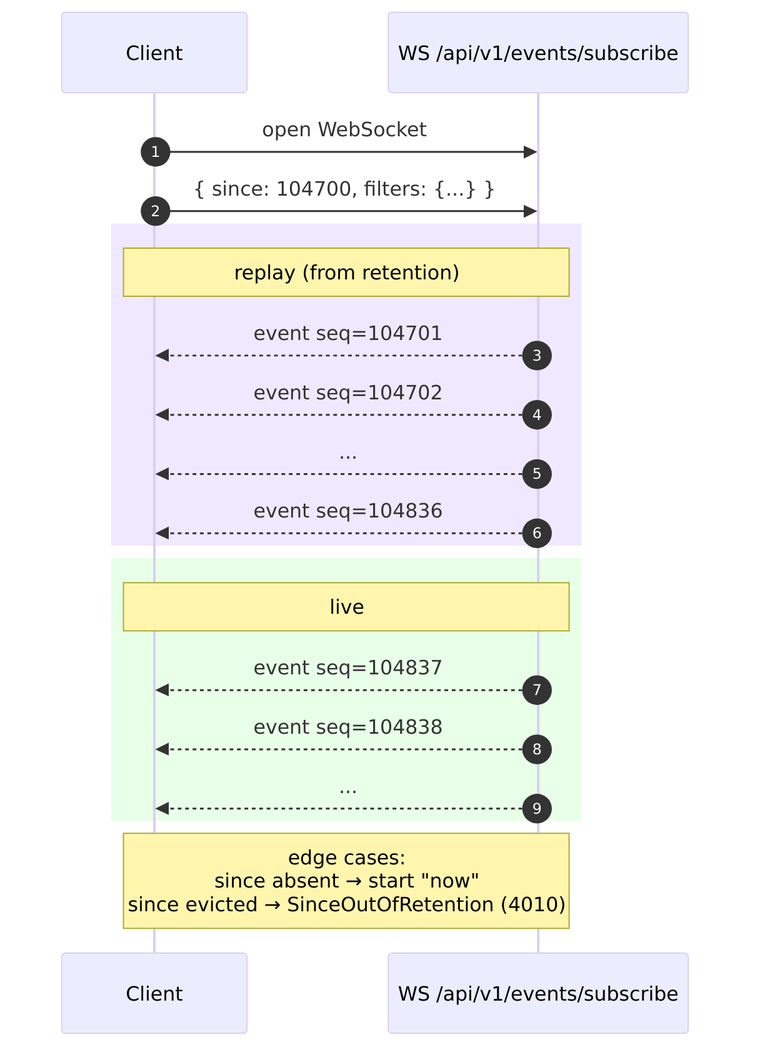
The Mermaid diagram docs/design/diagrams/SRD-0108/subscribe-replay.png in nosqlbench/hyperplane-rs, before a commit. Its source is kept beside it as docs/design/diagrams/SRD-0108/subscribe-replay.mmd.
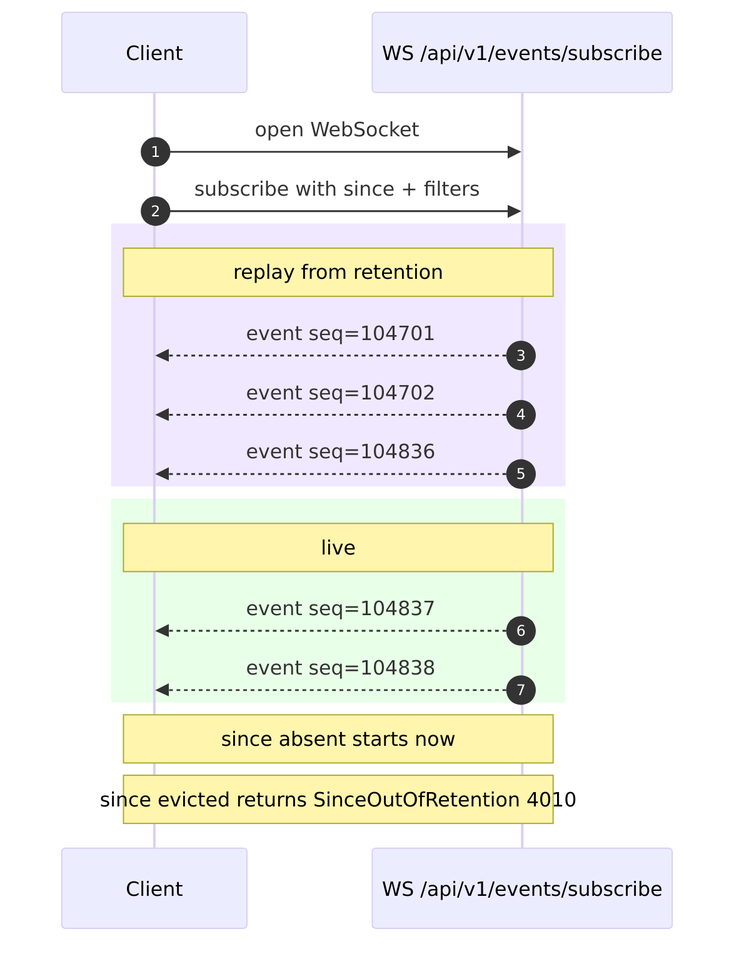
Above is the later version.

What changed in the source:
```diff
@@ -4,13 +4,12 @@
     participant WS as WS /api/v1/events/subscribe
 
     Client->>WS: open WebSocket
-    Client->>WS: { since: 104700, filters: {...} }
+    Client->>WS: subscribe with since + filters
 
     rect rgb(240, 232, 255)
-        Note over Client,WS: replay (from retention)
+        Note over Client,WS: replay from retention
         WS-->>Client: event seq=104701
         WS-->>Client: event seq=104702
-        WS-->>Client: ...
         WS-->>Client: event seq=104836
     end
 
@@ -18,7 +17,7 @@
         Note over Client,WS: live
         WS-->>Client: event seq=104837
         WS-->>Client: event seq=104838
-        WS-->>Client: ...
     end
 
-    Note over Client,WS: edge cases:<br/>since absent → start "now"<br/>since evicted → SinceOutOfRetention (4010)
+    Note over Client,WS: since absent starts now
+    Note over Client,WS: since evicted returns SinceOutOfRetention 4010
```
